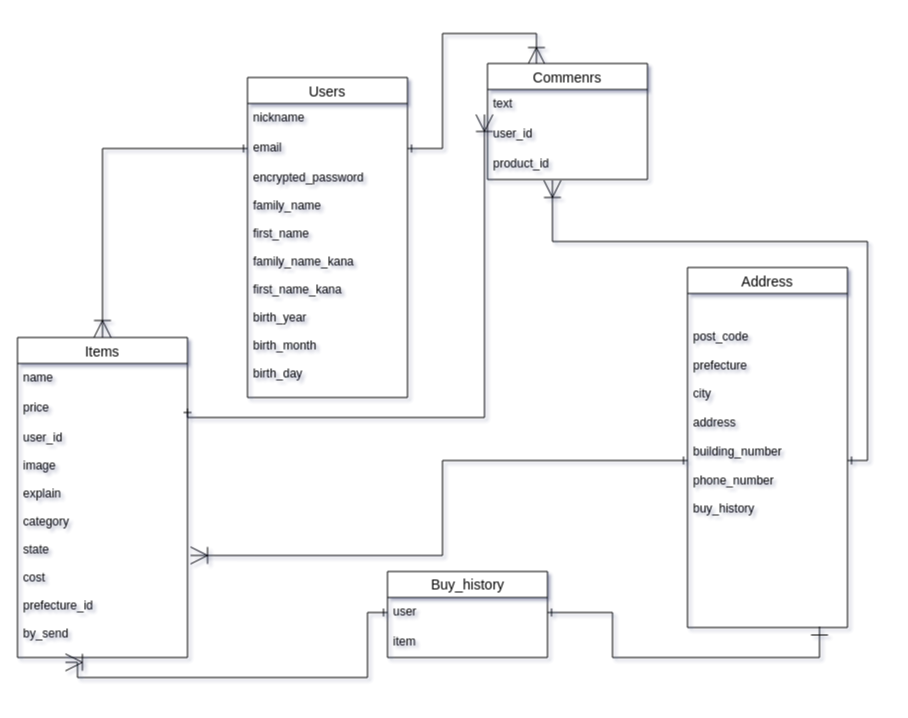
The draw.io diagram test.dio in rikima0519/furima-34473, before the edit. Source tidied: cells renumbered, new cells numbered last; positions are measured from the earlier drawing's top-left corner, leaving out a move shared by most shapes. Both pictures are drawn from the tidied source at 100%, with x=0, y=0 at pixel (17, 63).
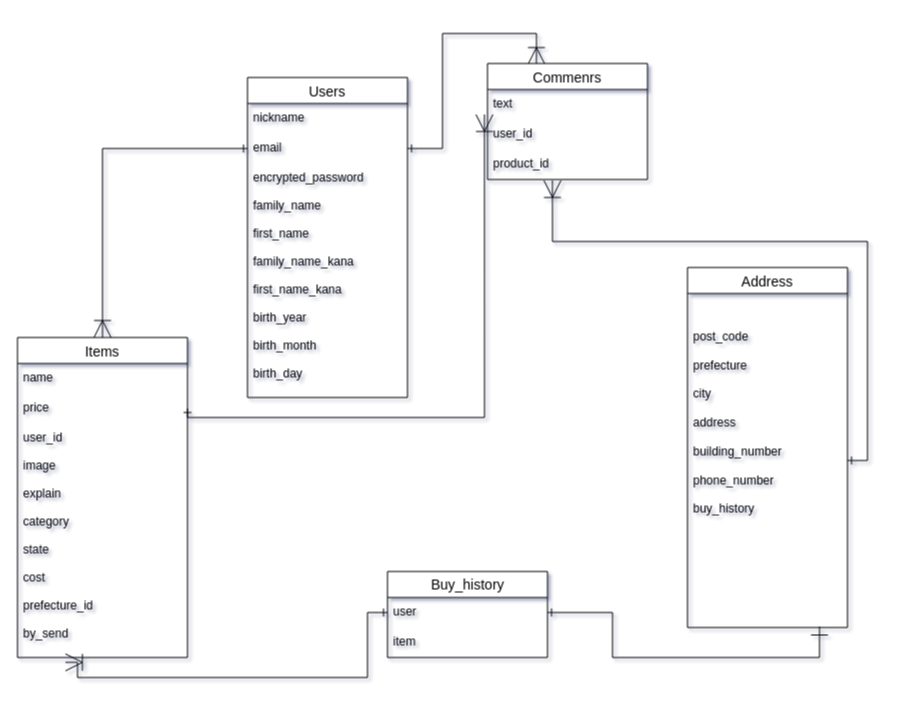
After the change.

Commit message (it also covers changes not shown here):
カラム、テーブル修正４

The change refers to these unchanged cells:
```xml
<mxCell id="9" value="user_id&#10;&#10;image&#10;&#10;explain&#10;&#10;category&#10;&#10;state&#10;&#10;cost&#10;&#10;prefecture_id&#10;&#10;by_send&#10;&#10;&#10;&#10;" style="text;strokeColor=none;fillColor=none;spacingLeft=4;spacingRight=4;overflow=hidden;points=[[0,0.5],[1,0.5]];portConstraint=eastwest;fontSize=12;" parent="6" vertex="1">
  <mxGeometry y="86" width="170" height="234" as="geometry" />
</mxCell>
<mxCell id="18" value="&lt;br&gt;&lt;br&gt;post_code&lt;br&gt;&lt;br&gt;prefecture&lt;br&gt;&lt;br&gt;city&lt;br&gt;&lt;br&gt;address&lt;br&gt;&lt;br&gt;building_number&lt;br&gt;&lt;br&gt;phone_number&lt;br&gt;&lt;br&gt;buy_history" style="text;strokeColor=none;fillColor=none;spacingLeft=4;spacingRight=4;overflow=hidden;points=[[0,0.5],[1,0.5]];portConstraint=eastwest;fontSize=12;html=1;" parent="17" vertex="1">
  <mxGeometry y="26" width="160" height="334" as="geometry" />
</mxCell>
```

Diff of the diagram source:
```diff
@@
-    <mxCell id="19" style="edgeStyle=orthogonalEdgeStyle;rounded=0;jumpSize=6;jettySize=auto;html=1;exitX=0;exitY=0.5;exitDx=0;exitDy=0;entryX=1.018;entryY=0.564;entryDx=0;entryDy=0;entryPerimeter=0;startArrow=ERone;startFill=0;endArrow=ERoneToMany;endFill=0;endSize=15;" parent="1" edge="1" source="18" target="9">
-      <mxGeometry relative="1" as="geometry" />
-    </mxCell>
```
